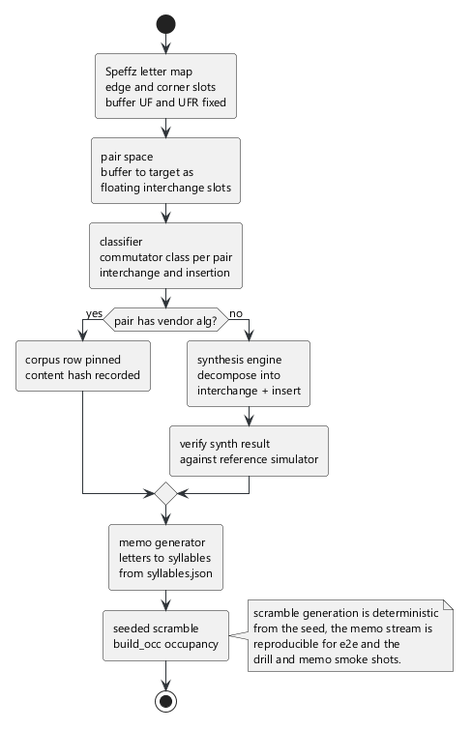
lavantien/blind-trainer keeps this PlantUML diagram as docs/diagrams/03-scheme.png. Above is the earlier version.
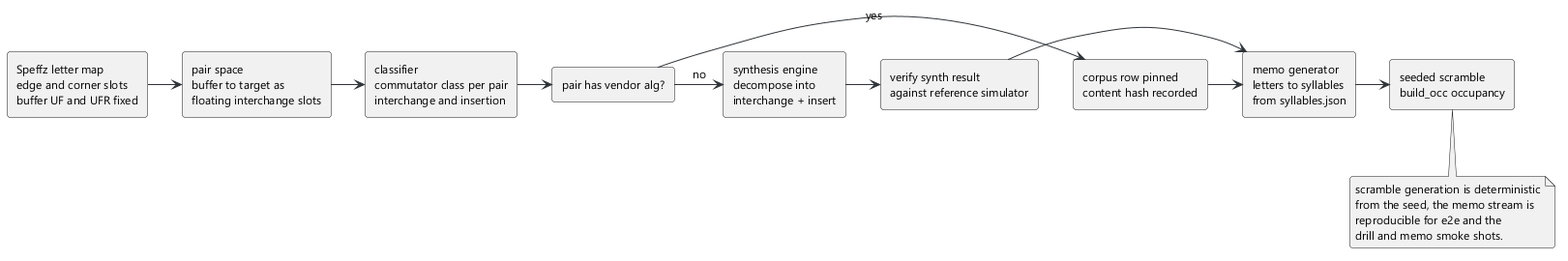
Above is the later version.

What changed in the source:
```diff
@@ -5,23 +5,28 @@
 skinparam roundCorner 6
 skinparam ArrowColor #2f3439
 skinparam NoteBackgroundColor #f4f5f6
-start
-:Speffz letter map\nedge and corner slots\nbuffer UF and UFR fixed;
-:pair space\nbuffer to target as\nfloating interchange slots;
-:classifier\ncommutator class per pair\ninterchange and insertion;
-if (pair has vendor alg?) then (yes)
-  :corpus row pinned\ncontent hash recorded;
-else (no)
-  :synthesis engine\ndecompose into\ninterchange + insert;
-  :verify synth result\nagainst reference simulator;
-endif
-:memo generator\nletters to syllables\nfrom syllables.json;
-:seeded scramble\nbuild_occ occupancy;
-note right
+rectangle "Speffz letter map\nedge and corner slots\nbuffer UF and UFR fixed" as map
+rectangle "pair space\nbuffer to target as\nfloating interchange slots" as pairs
+rectangle "classifier\ncommutator class per pair\ninterchange and insertion" as classifier
+rectangle "pair has vendor alg?" as has
+rectangle "corpus row pinned\ncontent hash recorded" as corpus
+rectangle "synthesis engine\ndecompose into\ninterchange + insert" as synth
+rectangle "verify synth result\nagainst reference simulator" as verifysynth
+rectangle "memo generator\nletters to syllables\nfrom syllables.json" as memo
+rectangle "seeded scramble\nbuild_occ occupancy" as scramble
+map -> pairs
+pairs -> classifier
+classifier -> has
+has -> corpus : yes
+has -> synth : no
+synth -> verifysynth
+corpus -> memo
+verifysynth -> memo
+memo -> scramble
+note bottom of scramble
   scramble generation is deterministic
   from the seed, the memo stream is
   reproducible for e2e and the
   drill and memo smoke shots.
 end note
-stop
 @enduml
```
